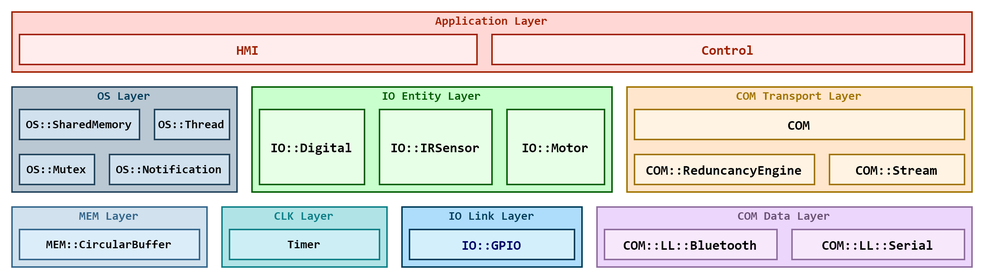
Before: Proj/Iterations/1/Design/Navigation-Subsystem/Architectural-Overview/software-stack/full-stack-overview/full-stack-overview.png, a diagram exported from draw.io (LPI2-DreamTeam/rfcar). Source tidied: cells renumbered, new cells last; positions are measured from the earlier drawing's top-left corner, leaving out a move shared by most shapes.
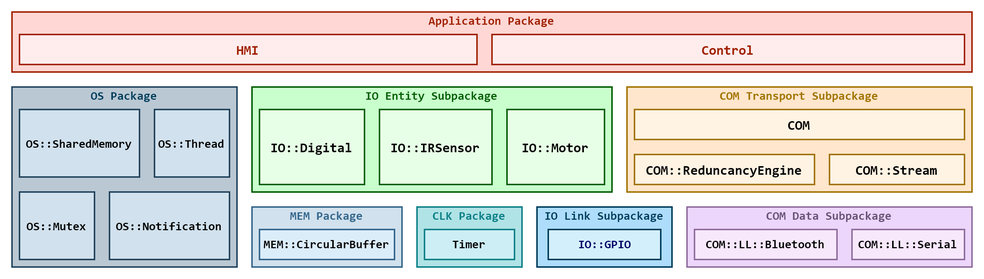
After the change.

Commit message:
UPDT: Updated software stack-related diagrams for use in the report

The edit, as a diff of the source:
```diff
@@ -9,16 +9,16 @@
       <mxGeometry x="160" y="50" width="240" height="70" as="geometry" />
     </mxCell>
     <mxCell id="4" style="rounded=0;whiteSpace=wrap;html=1;labelBackgroundColor=none;fontFamily=Consolas;fontSize=8;align=center;gradientDirection=east;fontColor=#333333;fontStyle=1;fillColor=#BAC8D3;strokeColor=#23445D;" parent="1" vertex="1">
-      <mxGeometry y="50" width="150" height="70" as="geometry" />
+      <mxGeometry y="50" width="150" height="120" as="geometry" />
     </mxCell>
     <mxCell id="5" style="rounded=0;whiteSpace=wrap;html=1;labelBackgroundColor=none;fontFamily=Consolas;fontSize=8;align=center;gradientDirection=east;fontStyle=1;fillColor=#b0e3e6;strokeColor=#0e8088;" parent="1" vertex="1">
-      <mxGeometry x="140" y="130" width="110" height="40" as="geometry" />
+      <mxGeometry x="270" y="130" width="70" height="40" as="geometry" />
     </mxCell>
     <mxCell id="6" style="rounded=0;whiteSpace=wrap;html=1;fontSize=9;fontFamily=Consolas;verticalAlign=top;labelPosition=center;verticalLabelPosition=middle;align=center;fillColor=#FFE6CC;strokeColor=#A17400;" parent="1" vertex="1">
       <mxGeometry x="410" y="50" width="230" height="70" as="geometry" />
     </mxCell>
     <mxCell id="7" style="rounded=0;whiteSpace=wrap;html=1;fontSize=9;fontFamily=Consolas;verticalAlign=top;labelPosition=center;verticalLabelPosition=middle;align=center;fillColor=#ECD6FC;strokeColor=#8F6E9E;" parent="1" vertex="1">
-      <mxGeometry x="390" y="130" width="250" height="40" as="geometry" />
+      <mxGeometry x="450" y="130" width="190" height="40" as="geometry" />
     </mxCell>
     <mxCell id="8" value="COM" style="rounded=0;whiteSpace=wrap;html=1;fontFamily=Consolas;fontSize=9;align=center;fontStyle=1;spacingRight=0;labelPosition=center;verticalLabelPosition=middle;verticalAlign=middle;fillColor=#FFF3E3;strokeColor=#A17400;" parent="1" vertex="1">
       <mxGeometry x="415" y="65" width="220" height="20" as="geometry" />
@@ -42,64 +42,64 @@
       <mxGeometry x="245" y="65" width="75" height="50" as="geometry" />
     </mxCell>
     <mxCell id="15" value="OS::Thread" style="rounded=0;whiteSpace=wrap;html=1;labelBackgroundColor=none;fontFamily=Consolas;fontSize=8;align=center;gradientDirection=east;fontStyle=1;fillColor=#D1E1ED;strokeColor=#23445D;" parent="1" vertex="1">
-      <mxGeometry x="95" y="65" width="50" height="20" as="geometry" />
+      <mxGeometry x="95" y="65" width="50" height="45" as="geometry" />
     </mxCell>
     <mxCell id="16" value="OS::SharedMemory" style="rounded=0;whiteSpace=wrap;html=1;labelBackgroundColor=none;fontFamily=Consolas;fontSize=8;align=center;gradientDirection=east;fontStyle=1;fillColor=#D1E1ED;strokeColor=#23445D;" parent="1" vertex="1">
-      <mxGeometry x="5" y="65" width="80" height="20" as="geometry" />
+      <mxGeometry x="5" y="65" width="80" height="45" as="geometry" />
     </mxCell>
     <mxCell id="17" value="OS::Mutex" style="rounded=0;whiteSpace=wrap;html=1;labelBackgroundColor=none;fontFamily=Consolas;fontSize=8;align=center;gradientDirection=east;fontStyle=1;fillColor=#D1E1ED;strokeColor=#23445D;" parent="1" vertex="1">
-      <mxGeometry x="5" y="95" width="50" height="20" as="geometry" />
+      <mxGeometry x="5" y="120" width="50" height="45" as="geometry" />
     </mxCell>
-    <mxCell id="18" value="&lt;font style=&quot;font-size: 8px&quot;&gt;Timer&lt;/font&gt;" style="rounded=0;whiteSpace=wrap;html=1;labelBackgroundColor=none;fontFamily=Consolas;fontSize=8;align=center;gradientDirection=east;fontStyle=1;strokeColor=#0e8088;fillColor=#CDEEF5;" parent="1" vertex="1">
-      <mxGeometry x="145" y="145" width="100" height="20" as="geometry" />
+    <mxCell id="18" value="&lt;font style=&quot;font-size: 8px;&quot;&gt;Timer&lt;/font&gt;" style="rounded=0;whiteSpace=wrap;html=1;labelBackgroundColor=none;fontFamily=Consolas;fontSize=8;align=center;gradientDirection=east;fontStyle=1;strokeColor=#0e8088;fillColor=#CDEEF5;" parent="1" vertex="1">
+      <mxGeometry x="275" y="145" width="60" height="20" as="geometry" />
     </mxCell>
-    <mxCell id="19" value="COM::LL::Bluetooth" style="rounded=0;whiteSpace=wrap;html=1;fontFamily=Consolas;fontSize=9;align=center;fontStyle=1;spacingRight=0;verticalAlign=middle;fillColor=#F7E8FC;strokeColor=#8F6E9E;" parent="1" vertex="1">
-      <mxGeometry x="395" y="145" width="115" height="20" as="geometry" />
+    <mxCell id="19" value="COM::LL::Bluetooth" style="rounded=0;whiteSpace=wrap;html=1;fontFamily=Consolas;fontSize=8;align=center;fontStyle=1;spacingRight=0;verticalAlign=middle;fillColor=#F7E8FC;strokeColor=#8F6E9E;" parent="1" vertex="1">
+      <mxGeometry x="455" y="145" width="95" height="20" as="geometry" />
     </mxCell>
-    <mxCell id="20" value="COM::LL::Serial" style="rounded=0;whiteSpace=wrap;html=1;fontFamily=Consolas;fontSize=9;align=center;fontStyle=1;spacingRight=0;verticalAlign=middle;fillColor=#F7E8FC;strokeColor=#8F6E9E;" parent="1" vertex="1">
-      <mxGeometry x="520" y="145" width="115" height="20" as="geometry" />
+    <mxCell id="20" value="COM::LL::Serial" style="rounded=0;whiteSpace=wrap;html=1;fontFamily=Consolas;fontSize=8;align=center;fontStyle=1;spacingRight=0;verticalAlign=middle;fillColor=#F7E8FC;strokeColor=#8F6E9E;" parent="1" vertex="1">
+      <mxGeometry x="560" y="145" width="75" height="20" as="geometry" />
     </mxCell>
     <mxCell id="21" value="COM::Stream" style="rounded=0;whiteSpace=wrap;html=1;fontFamily=Consolas;fontSize=9;align=center;fontStyle=1;spacingRight=0;labelPosition=center;verticalLabelPosition=middle;verticalAlign=middle;horizontal=1;fillColor=#FFF3E3;strokeColor=#A17400;" parent="1" vertex="1">
       <mxGeometry x="545" y="95" width="90" height="20" as="geometry" />
     </mxCell>
     <mxCell id="22" style="rounded=0;whiteSpace=wrap;html=1;fontSize=9;fontFamily=Consolas;verticalAlign=top;labelPosition=center;verticalLabelPosition=middle;align=center;fillColor=#AEDDFC;strokeColor=#003D5B;" parent="1" vertex="1">
-      <mxGeometry x="260" y="130" width="120" height="40" as="geometry" />
+      <mxGeometry x="350" y="130" width="90" height="40" as="geometry" />
     </mxCell>
-    <mxCell id="23" value="IO::GPIO" style="rounded=0;whiteSpace=wrap;html=1;fontFamily=Consolas;fontSize=9;align=center;fontStyle=1;spacingRight=0;fontColor=#000066;verticalAlign=middle;fillColor=#D4EFFC;strokeColor=#003D5B;" parent="1" vertex="1">
-      <mxGeometry x="265" y="145" width="110" height="20" as="geometry" />
+    <mxCell id="23" value="IO::GPIO" style="rounded=0;whiteSpace=wrap;html=1;fontFamily=Consolas;fontSize=8;align=center;fontStyle=1;spacingRight=0;fontColor=#000066;verticalAlign=middle;fillColor=#D4EFFC;strokeColor=#003D5B;" parent="1" vertex="1">
+      <mxGeometry x="357.5" y="145" width="75" height="20" as="geometry" />
     </mxCell>
-    <mxCell id="24" value="&lt;span style=&quot;color: rgb(106 , 82 , 117) ; font-weight: 700&quot;&gt;COM Data Layer&lt;/span&gt;" style="text;html=1;strokeColor=none;fillColor=none;align=center;verticalAlign=middle;whiteSpace=wrap;rounded=0;fontFamily=Consolas;fontSize=8;fontColor=#000000;" parent="1" vertex="1">
-      <mxGeometry x="475" y="130" width="80" height="12" as="geometry" />
+    <mxCell id="24" value="&lt;span style=&quot;color: rgb(106 , 82 , 117) ; font-weight: 700&quot;&gt;COM Data&amp;nbsp;&lt;/span&gt;&lt;font color=&quot;#6a5275&quot;&gt;&lt;b&gt;Subpackage&lt;/b&gt;&lt;/font&gt;" style="text;html=1;strokeColor=none;fillColor=none;align=center;verticalAlign=middle;whiteSpace=wrap;rounded=0;fontFamily=Consolas;fontSize=8;fontColor=#000000;" parent="1" vertex="1">
+      <mxGeometry x="490" y="130" width="110" height="12" as="geometry" />
     </mxCell>
-    <mxCell id="25" value="&lt;span style=&quot;font-weight: 700&quot;&gt;COM Transport Layer&lt;/span&gt;" style="text;html=1;strokeColor=none;fillColor=none;align=center;verticalAlign=middle;whiteSpace=wrap;rounded=0;fontFamily=Consolas;fontSize=8;fontColor=#A17400;" parent="1" vertex="1">
-      <mxGeometry x="480" y="50" width="90" height="12" as="geometry" />
+    <mxCell id="25" value="&lt;span style=&quot;font-weight: 700&quot;&gt;COM Transport&amp;nbsp;&lt;/span&gt;&lt;b&gt;Subpackage&lt;/b&gt;" style="text;html=1;strokeColor=none;fillColor=none;align=center;verticalAlign=middle;whiteSpace=wrap;rounded=0;fontFamily=Consolas;fontSize=8;fontColor=#A17400;" parent="1" vertex="1">
+      <mxGeometry x="460" y="50" width="130" height="12" as="geometry" />
     </mxCell>
-    <mxCell id="26" value="&lt;span style=&quot;font-weight: 700&quot;&gt;IO Link Layer&lt;/span&gt;" style="text;html=1;strokeColor=none;fillColor=none;align=center;verticalAlign=middle;whiteSpace=wrap;rounded=0;fontFamily=Consolas;fontSize=8;fontColor=#003D5B;" parent="1" vertex="1">
-      <mxGeometry x="285" y="130" width="70" height="12" as="geometry" />
+    <mxCell id="26" value="&lt;span style=&quot;font-weight: 700&quot;&gt;IO Link&amp;nbsp;&lt;/span&gt;&lt;b&gt;Subpackage&lt;/b&gt;" style="text;html=1;strokeColor=none;fillColor=none;align=center;verticalAlign=middle;whiteSpace=wrap;rounded=0;fontFamily=Consolas;fontSize=8;fontColor=#003D5B;" parent="1" vertex="1">
+      <mxGeometry x="335" y="130" width="120" height="12" as="geometry" />
     </mxCell>
-    <mxCell id="27" value="&lt;span style=&quot;font-weight: 700&quot;&gt;CLK Layer&lt;/span&gt;" style="text;html=1;strokeColor=none;fillColor=none;align=center;verticalAlign=middle;whiteSpace=wrap;rounded=0;fontFamily=Consolas;fontSize=8;fontColor=#0E8088;" parent="1" vertex="1">
-      <mxGeometry x="160" y="130" width="70" height="12" as="geometry" />
+    <mxCell id="27" value="&lt;span style=&quot;font-weight: 700&quot;&gt;CLK&amp;nbsp;&lt;/span&gt;&lt;b&gt;Package&lt;/b&gt;" style="text;html=1;strokeColor=none;fillColor=none;align=center;verticalAlign=middle;whiteSpace=wrap;rounded=0;fontFamily=Consolas;fontSize=8;fontColor=#0E8088;" parent="1" vertex="1">
+      <mxGeometry x="270" y="130" width="70" height="12" as="geometry" />
     </mxCell>
     <mxCell id="28" value="OS::Notification" style="rounded=0;whiteSpace=wrap;html=1;labelBackgroundColor=none;fontFamily=Consolas;fontSize=8;align=center;gradientDirection=east;fontStyle=1;fillColor=#D1E1ED;strokeColor=#23445D;" parent="1" vertex="1">
-      <mxGeometry x="65" y="95" width="80" height="20" as="geometry" />
+      <mxGeometry x="65" y="120" width="80" height="45" as="geometry" />
     </mxCell>
-    <mxCell id="29" value="&lt;span style=&quot;font-weight: 700&quot;&gt;&lt;font&gt;OS Layer&lt;/font&gt;&lt;/span&gt;" style="text;html=1;strokeColor=none;fillColor=none;align=center;verticalAlign=middle;whiteSpace=wrap;rounded=0;fontFamily=Consolas;fontSize=8;fontColor=#003D5B;" parent="1" vertex="1">
+    <mxCell id="29" value="&lt;span style=&quot;font-weight: 700&quot;&gt;&lt;font&gt;OS&amp;nbsp;&lt;/font&gt;&lt;/span&gt;&lt;b&gt;Package&lt;/b&gt;" style="text;html=1;strokeColor=none;fillColor=none;align=center;verticalAlign=middle;whiteSpace=wrap;rounded=0;fontFamily=Consolas;fontSize=8;fontColor=#003D5B;" parent="1" vertex="1">
       <mxGeometry x="25" y="50" width="100" height="12" as="geometry" />
     </mxCell>
-    <mxCell id="30" value="&lt;span style=&quot;font-weight: 700&quot;&gt;IO Entity Layer&lt;/span&gt;" style="text;html=1;align=center;verticalAlign=middle;whiteSpace=wrap;rounded=0;fontFamily=Consolas;fontSize=8;fontColor=#035E03;" parent="1" vertex="1">
-      <mxGeometry x="235" y="50" width="90" height="12" as="geometry" />
+    <mxCell id="30" value="&lt;span style=&quot;font-weight: 700&quot;&gt;IO Entity Subp&lt;/span&gt;&lt;b&gt;ackage&lt;/b&gt;" style="text;html=1;align=center;verticalAlign=middle;whiteSpace=wrap;rounded=0;fontFamily=Consolas;fontSize=8;fontColor=#035E03;" parent="1" vertex="1">
+      <mxGeometry x="230" y="50" width="100" height="12" as="geometry" />
     </mxCell>
-    <mxCell id="31" value="&lt;span style=&quot;font-weight: 700&quot;&gt;Application Layer&lt;/span&gt;" style="text;html=1;align=center;verticalAlign=middle;whiteSpace=wrap;rounded=0;fontFamily=Consolas;fontSize=8;fontColor=#A12102;" parent="1" vertex="1">
+    <mxCell id="31" value="&lt;span style=&quot;font-weight: 700&quot;&gt;Application Package&lt;/span&gt;" style="text;html=1;align=center;verticalAlign=middle;whiteSpace=wrap;rounded=0;fontFamily=Consolas;fontSize=8;fontColor=#A12102;" parent="1" vertex="1">
       <mxGeometry x="275" width="90" height="12" as="geometry" />
     </mxCell>
     <mxCell id="32" style="rounded=0;whiteSpace=wrap;html=1;labelBackgroundColor=none;fontFamily=Consolas;fontSize=8;align=center;gradientDirection=east;fontStyle=1;fillColor=#D1E1ED;strokeColor=#35678C;" parent="1" vertex="1">
-      <mxGeometry y="130" width="130" height="40" as="geometry" />
+      <mxGeometry x="160" y="130" width="100" height="40" as="geometry" />
     </mxCell>
-    <mxCell id="33" value="&lt;font style=&quot;font-size: 8px&quot;&gt;MEM::CircularBuffer&lt;/font&gt;" style="rounded=0;whiteSpace=wrap;html=1;labelBackgroundColor=none;fontFamily=Consolas;fontSize=8;align=center;gradientDirection=east;fontStyle=1;fillColor=#DCEDFA;strokeColor=#35678C;" parent="1" vertex="1">
-      <mxGeometry x="5" y="145" width="120" height="20" as="geometry" />
+    <mxCell id="33" value="&lt;font style=&quot;font-size: 8px;&quot;&gt;MEM::CircularBuffer&lt;/font&gt;" style="rounded=0;whiteSpace=wrap;html=1;labelBackgroundColor=none;fontFamily=Consolas;fontSize=8;align=center;gradientDirection=east;fontStyle=1;fillColor=#DCEDFA;strokeColor=#35678C;" parent="1" vertex="1">
+      <mxGeometry x="165" y="145" width="90" height="20" as="geometry" />
     </mxCell>
-    <mxCell id="34" value="&lt;span style=&quot;font-weight: 700&quot;&gt;MEM Layer&lt;/span&gt;" style="text;html=1;strokeColor=none;fillColor=none;align=center;verticalAlign=middle;whiteSpace=wrap;rounded=0;fontFamily=Consolas;fontSize=8;fontColor=#35678C;" parent="1" vertex="1">
-      <mxGeometry x="30" y="130" width="70" height="12" as="geometry" />
+    <mxCell id="34" value="&lt;span style=&quot;font-weight: 700&quot;&gt;MEM&amp;nbsp;&lt;/span&gt;&lt;b&gt;Package&lt;/b&gt;" style="text;html=1;strokeColor=none;fillColor=none;align=center;verticalAlign=middle;whiteSpace=wrap;rounded=0;fontFamily=Consolas;fontSize=8;fontColor=#35678C;" parent="1" vertex="1">
+      <mxGeometry x="175" y="130" width="70" height="12" as="geometry" />
     </mxCell>
   </root>
 </mxGraphModel>
```
